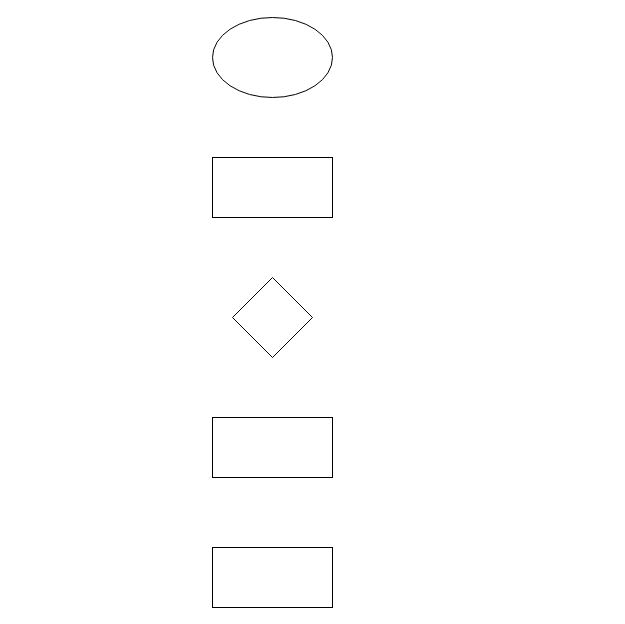
Before: Flowchart.drawio in IvanAntropov/Draft, a draw.io diagram. Source tidied: cells renumbered, new cells numbered last; positions are measured from the earlier drawing's top-left corner, leaving out a move shared by most shapes. Both pictures are drawn from the tidied source at 100%, with x=0, y=0 at pixel (212, 17).
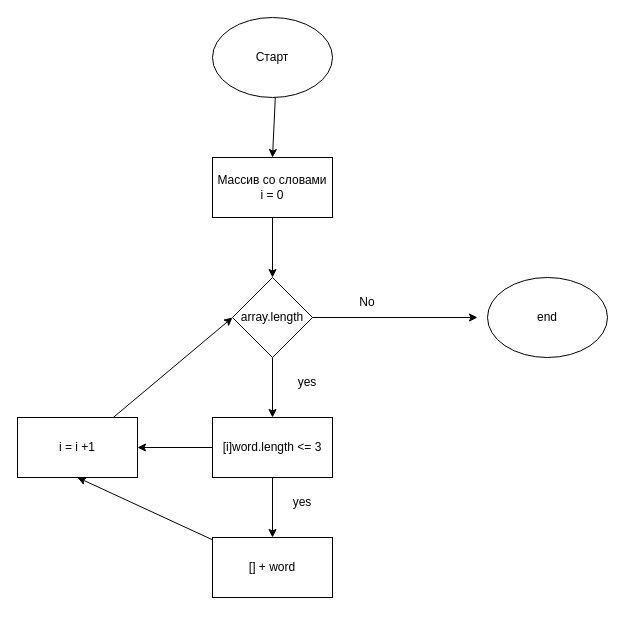
The same diagram, later.

What changed in the source:
```diff
@@
+    <mxCell id="7" style="edgeStyle=none;html=1;entryX=0.5;entryY=0;entryDx=0;entryDy=0;" parent="1" edge="1" source="2" target="3">
+      <mxGeometry relative="1" as="geometry" />
+    </mxCell>
-    <mxCell id="2" style="ellipse;whiteSpace=wrap;html=1;" parent="1" vertex="1">
+    <mxCell id="2" value="Старт" style="ellipse;whiteSpace=wrap;html=1;" parent="1" vertex="1">
       <mxGeometry width="120" height="80" as="geometry" />
     </mxCell>
+    <mxCell id="8" style="edgeStyle=none;html=1;" parent="1" edge="1" source="3" target="4">
+      <mxGeometry relative="1" as="geometry" />
+    </mxCell>
-    <mxCell id="3" style="rounded=0;whiteSpace=wrap;html=1;" parent="1" vertex="1">
+    <mxCell id="3" value="Массив со словами&lt;br&gt;i = 0" style="rounded=0;whiteSpace=wrap;html=1;" parent="1" vertex="1">
       <mxGeometry y="140" width="120" height="60" as="geometry" />
     </mxCell>
+    <mxCell id="9" style="edgeStyle=none;html=1;entryX=0.5;entryY=0;entryDx=0;entryDy=0;" parent="1" edge="1" source="4" target="5">
+      <mxGeometry relative="1" as="geometry" />
+    </mxCell>
+    <mxCell id="10" style="edgeStyle=none;html=1;" parent="1" edge="1" source="4">
+      <mxGeometry relative="1" as="geometry">
+        <mxPoint x="265" y="300" as="targetPoint" />
+      </mxGeometry>
+    </mxCell>
-    <mxCell id="4" style="rhombus;whiteSpace=wrap;html=1;" parent="1" vertex="1">
+    <mxCell id="4" value="array.length" style="rhombus;whiteSpace=wrap;html=1;" parent="1" vertex="1">
       <mxGeometry x="20" y="260" width="80" height="80" as="geometry" />
     </mxCell>
+    <mxCell id="11" style="edgeStyle=none;html=1;" parent="1" edge="1" source="5" target="6">
+      <mxGeometry relative="1" as="geometry" />
+    </mxCell>
+    <mxCell id="12" style="edgeStyle=none;html=1;entryX=1;entryY=0.5;entryDx=0;entryDy=0;" parent="1" edge="1" source="5" target="15">
+      <mxGeometry relative="1" as="geometry" />
+    </mxCell>
-    <mxCell id="5" style="rounded=0;whiteSpace=wrap;html=1;" parent="1" vertex="1">
+    <mxCell id="5" value="[i]word.length &amp;lt;= 3" style="rounded=0;whiteSpace=wrap;html=1;" parent="1" vertex="1">
       <mxGeometry y="400" width="120" height="60" as="geometry" />
     </mxCell>
+    <mxCell id="13" style="edgeStyle=none;html=1;entryX=0.5;entryY=1;entryDx=0;entryDy=0;" parent="1" edge="1" source="6" target="15">
+      <mxGeometry relative="1" as="geometry" />
+    </mxCell>
-    <mxCell id="6" style="rounded=0;whiteSpace=wrap;html=1;" parent="1" vertex="1">
-      <mxGeometry y="530" width="120" height="60" as="geometry" />
+    <mxCell id="6" value="[] + word" style="rounded=0;whiteSpace=wrap;html=1;" parent="1" vertex="1">
+      <mxGeometry y="520" width="120" height="60" as="geometry" />
     </mxCell>
+    <mxCell id="14" style="edgeStyle=none;html=1;entryX=0;entryY=0.5;entryDx=0;entryDy=0;" parent="1" edge="1" source="15" target="4">
+      <mxGeometry relative="1" as="geometry" />
+    </mxCell>
+    <mxCell id="15" value="i = i +1" style="rounded=0;whiteSpace=wrap;html=1;" parent="1" vertex="1">
+      <mxGeometry x="-195" y="400" width="120" height="60" as="geometry" />
+    </mxCell>
+    <mxCell id="16" value="No" style="text;html=1;strokeColor=none;fillColor=none;align=center;verticalAlign=middle;whiteSpace=wrap;rounded=0;" parent="1" vertex="1">
+      <mxGeometry x="125" y="270" width="60" height="30" as="geometry" />
+    </mxCell>
+    <mxCell id="17" value="yes" style="text;html=1;strokeColor=none;fillColor=none;align=center;verticalAlign=middle;whiteSpace=wrap;rounded=0;" parent="1" vertex="1">
+      <mxGeometry x="65" y="350" width="60" height="30" as="geometry" />
+    </mxCell>
+    <mxCell id="18" value="yes" style="text;html=1;strokeColor=none;fillColor=none;align=center;verticalAlign=middle;whiteSpace=wrap;rounded=0;" parent="1" vertex="1">
+      <mxGeometry x="60" y="470" width="60" height="30" as="geometry" />
+    </mxCell>
+    <mxCell id="19" value="end" style="ellipse;whiteSpace=wrap;html=1;" parent="1" vertex="1">
+      <mxGeometry x="275" y="260" width="120" height="80" as="geometry" />
+    </mxCell>
```
